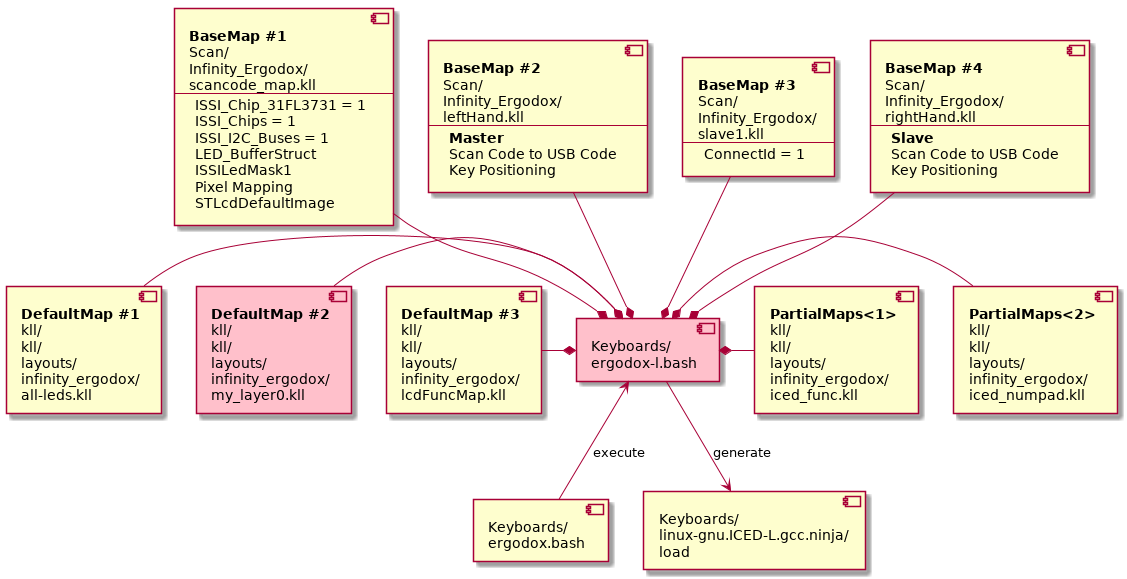
This is doc/uml/build.png from kluelogic/controller, a PlantUML export, as it was before one commit.
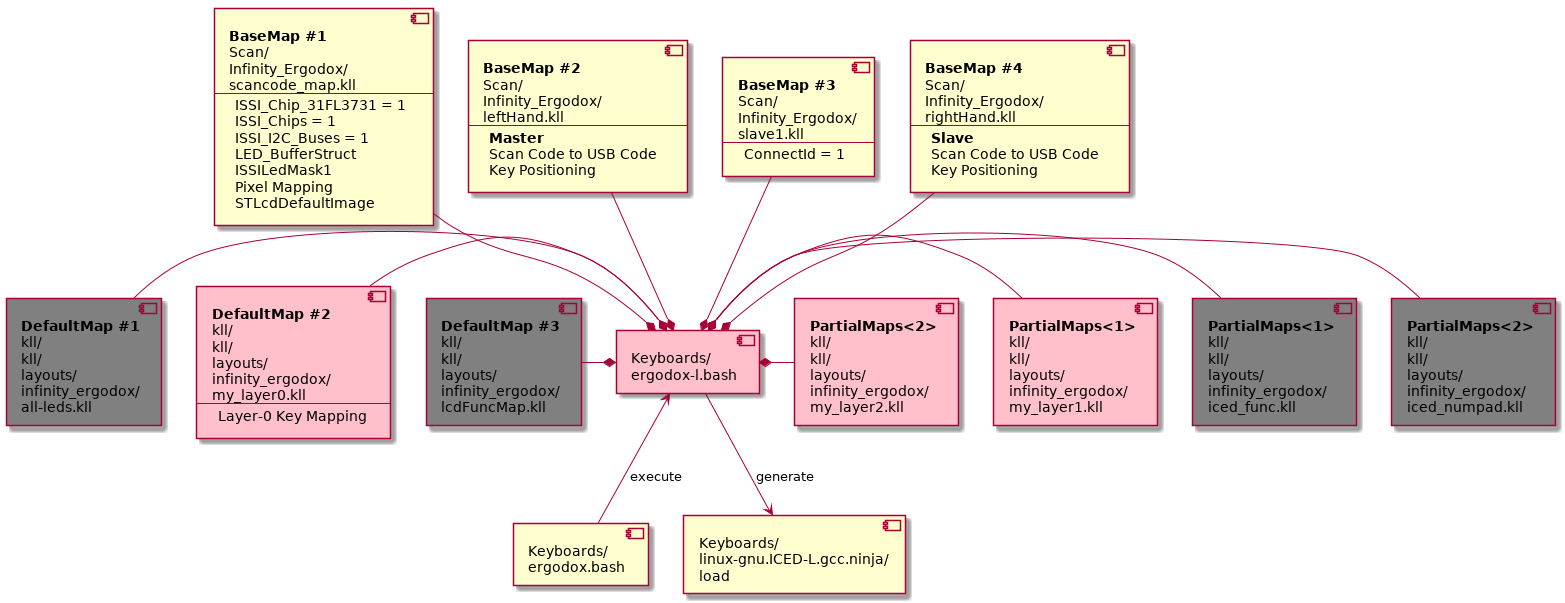
Later version of the same file.

The edit, as a diff of the source:
```diff
@@ -56,7 +56,7 @@
 Key Positioning
 ]
 
-component all_leds_kll [
+component all_leds_kll #Gray [
 <b>DefaultMap #1
 kll/
 kll/
@@ -73,9 +73,11 @@
 layouts/
 infinity_ergodox/
 my_layer0.kll
+---
+Layer-0 Key Mapping
 ]
 
-component lcdFuncMap_kll [
+component lcdFuncMap_kll #Gray [
 <b>DefaultMap #3
 kll/
 kll/
@@ -84,7 +86,7 @@
 lcdFuncMap.kll
 ]
 
-component iced_func_kll [
+component iced_func_kll #Gray [
 <b>PartialMaps<1>
 kll/
 kll/
@@ -93,13 +95,31 @@
 iced_func.kll
 ]
 
-component iced_numpad_kll [
+component iced_numpad_kll #Gray [
 <b>PartialMaps<2>
 kll/
 kll/
 layouts/
 infinity_ergodox/
 iced_numpad.kll
+]
+
+component my_layer1_kll #Pink [
+<b>PartialMaps<1>
+kll/
+kll/
+layouts/
+infinity_ergodox/
+my_layer1.kll
+]
+
+component my_layer2_kll #Pink [
+<b>PartialMaps<2>
+kll/
+kll/
+layouts/
+infinity_ergodox/
+my_layer2.kll
 ]
 
 
@@ -122,6 +142,8 @@
 lcdFuncMap_kll        -* ergodox_l_bash
 iced_numpad_kll -right-* ergodox_l_bash
 iced_func_kll   -right-* ergodox_l_bash
+my_layer1_kll   -right-* ergodox_l_bash
+my_layer2_kll   -right-* ergodox_l_bash
 
 
 @enduml
```
